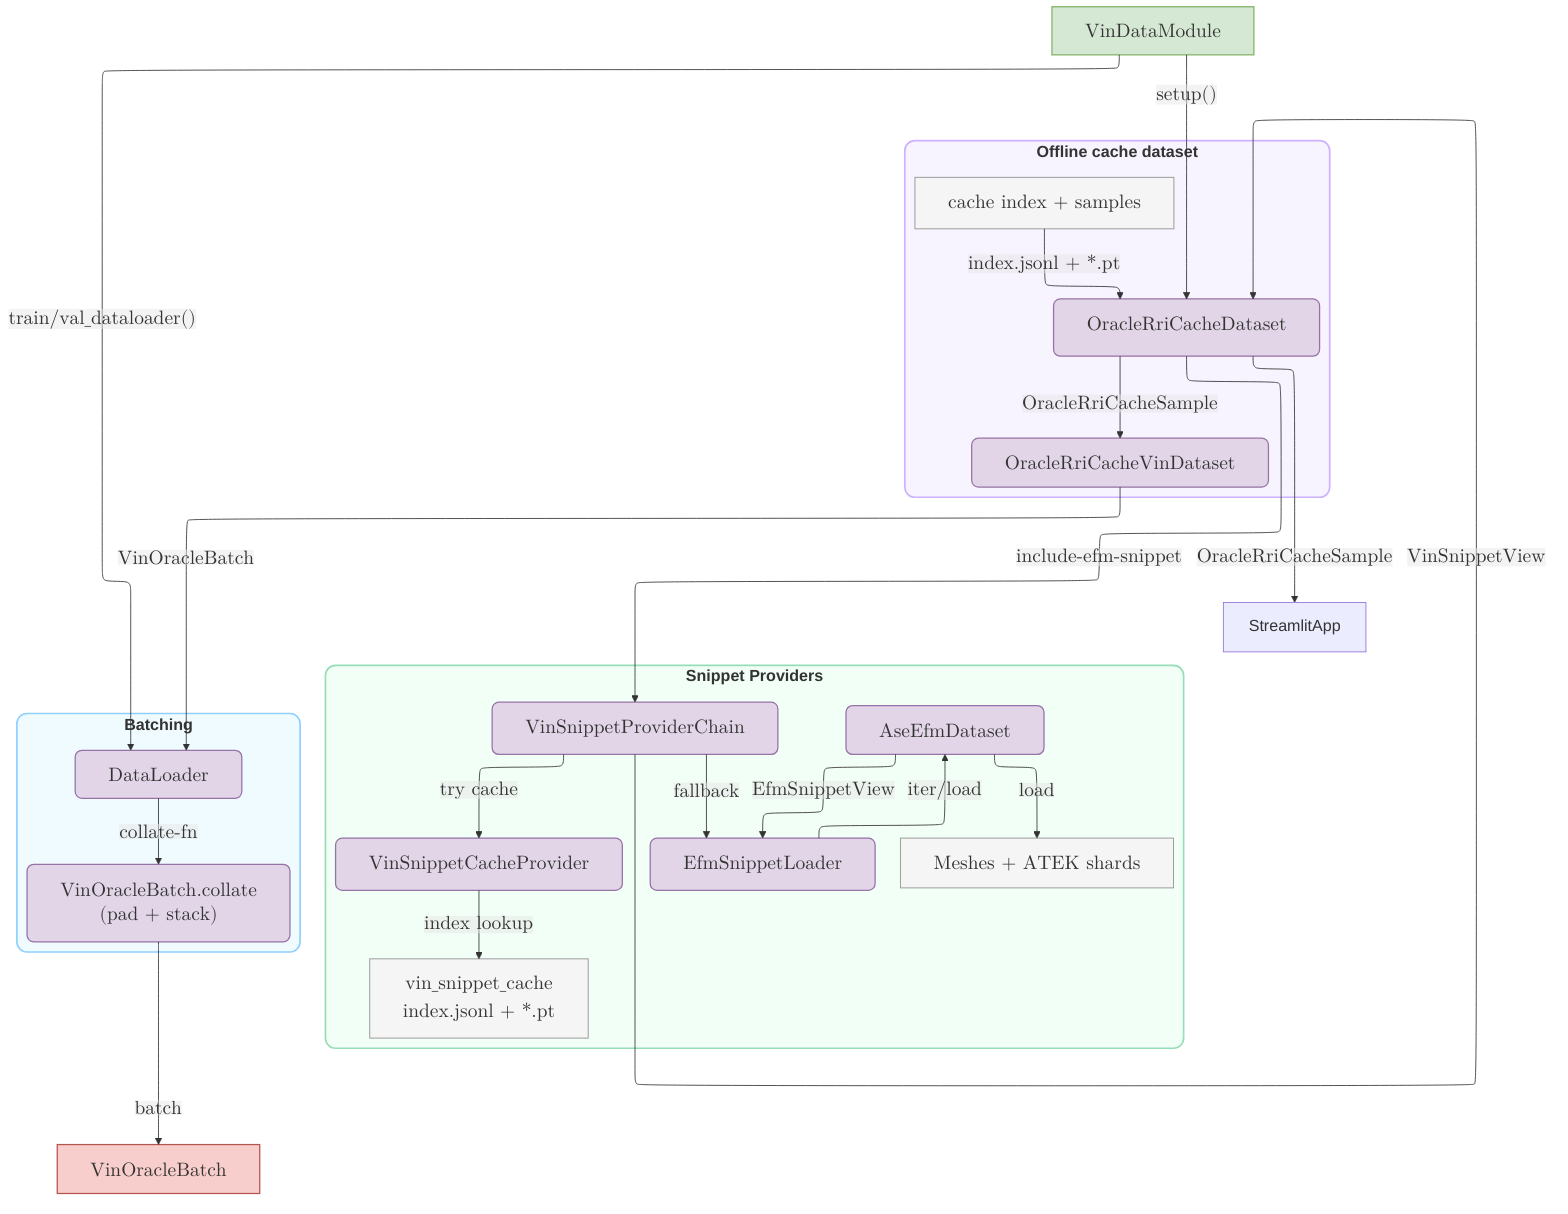
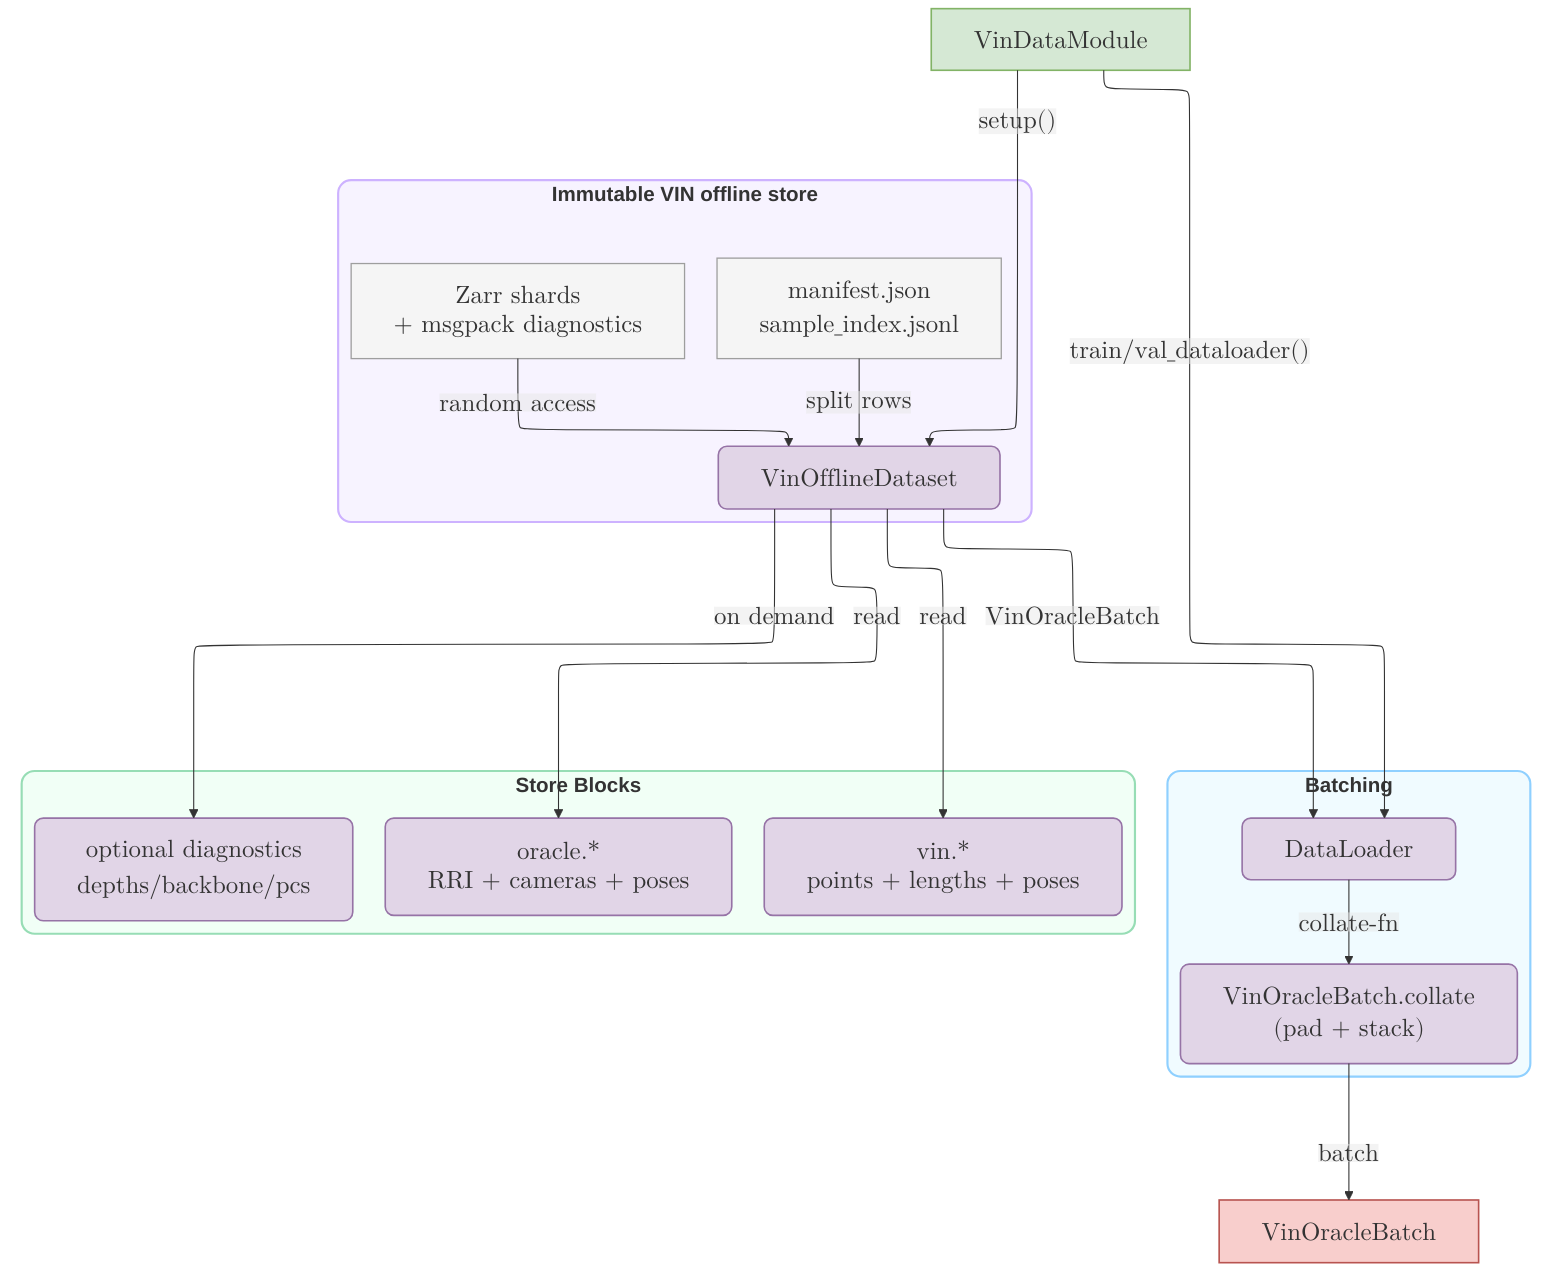
---
config:
  htmlLabels: true
  flowchart:
    htmlLabels: true
    nodeSpacing: 10
    rankSpacing: 10
  layout: elk
  themeVariables:
    fontSize: "18px"
  themeCSS: |
    .nodeLabel { font-size: 19px; }
    .edgeLabel { font-size: 19px; }
    .cluster-label { font-size: 21px; font-weight: 700; }
    .title { font-size: 18px; font-weight: 700; }
---
flowchart TB
  DM["$$\\begin{array}{c}\\texttt{VinDataModule}\\end{array}$$"]
  Out["$$\\begin{array}{c}\\texttt{VinOracleBatch}\\end{array}$$"]

-   subgraph Cache["Offline cache dataset"]
+   subgraph Cache["Immutable VIN offline store"]
    direction TB
-     CacheDs["$$\\begin{array}{c}\\texttt{OracleRriCacheDataset}\\\\\\texttt{}\\end{array}$$"]
-     CacheIdx["$$\\begin{array}{c}\\texttt{cache index + samples}\\end{array}$$"]
-     Decode["$$\\begin{array}{c}\\texttt{OracleRriCacheVinDataset}\\end{array}$$"]
-     %% CacheDs -->|"$$\\texttt{torch.load(.pt)}$$"| Decode
+     Manifest["$$\\begin{array}{c}\\texttt{manifest.json}\\\\\\texttt{sample\\_index.jsonl}\\end{array}$$"]
+     Shards["$$\\begin{array}{c}\\texttt{Zarr shards}\\\\\\texttt{+ msgpack diagnostics}\\end{array}$$"]
+     Dataset["$$\\begin{array}{c}\\texttt{VinOfflineDataset}\\end{array}$$"]
  end

-   %% Bottom row: keep snippet providers next to batching.
+   %% Bottom row: keep immutable reads next to batching.
  subgraph Bottom[" "]
    direction LR
-     subgraph Snip["Snippet Providers"]
+     subgraph Snip["Store Blocks"]
      direction TB
-       Providers["$$\\begin{array}{c}\\texttt{VinSnippetProviderChain}\\end{array}$$"]
-       CacheProv["$$\\begin{array}{c}\\texttt{VinSnippetCacheProvider}\\end{array}$$"]
-       LoaderEfm["$$\\begin{array}{c}\\texttt{EfmSnippetLoader}\\end{array}$$"]
-       Ase["$$\\begin{array}{c}\\texttt{AseEfmDataset}\\end{array}$$"]
-       VinSnipIdx["$$\\begin{array}{c}\\texttt{vin\\_snippet\\_cache}\\\\\\texttt{index.jsonl + *.pt}\\end{array}$$"]
-       AseData["$$\\begin{array}{c}\\texttt{Meshes + ATEK shards}\\end{array}$$"]
+       OracleBlocks["$$\\begin{array}{c}\\texttt{oracle.*}\\\\\\texttt{RRI + cameras + poses}\\end{array}$$"]
+       VinBlocks["$$\\begin{array}{c}\\texttt{vin.*}\\\\\\texttt{points + lengths + poses}\\end{array}$$"]
+       OptionalBlocks["$$\\begin{array}{c}\\texttt{optional diagnostics}\\\\\\texttt{depths/backbone/pcs}\\end{array}$$"]
    end


    subgraph Batch["Batching"]
      direction TB
      Loader["$$\\begin{array}{c}\\texttt{DataLoader}\\end{array}$$"]
      Collate["$$\\begin{array}{c}\\texttt{VinOracleBatch.collate}\\\\\\texttt{(pad + stack)}\\end{array}$$"]
    end
  end

  DM -->|"$$\\texttt{train/val\\_dataloader()}$$"| Loader
-   DM -->|"$$\\texttt{setup()}$$"| CacheDs
-   CacheIdx -->|"$$\\texttt{index.jsonl + *.pt}$$"| CacheDs
+   DM -->|"$$\\texttt{setup()}$$"| Dataset
+   Manifest -->|"$$\\texttt{split rows}$$"| Dataset
+   Shards -->|"$$\\texttt{random access}$$"| Dataset

-   CacheDs -->|"$$\\texttt{OracleRriCacheSample}$$"| Decode
-   CacheDs -->|"$$\\texttt{OracleRriCacheSample}$$"| StreamlitApp
- 
-   CacheDs -->|"$$\\texttt{include-efm-snippet}$$"| Providers
-   Providers -->|"$$\\texttt{try cache}$$"| CacheProv
-   Providers -->|"$$\\texttt{fallback}$$"| LoaderEfm
-   CacheProv -->|"$$\\texttt{index lookup}$$"| VinSnipIdx
-   LoaderEfm -->|"$$\\texttt{iter/load}$$"| Ase
-   Ase -->|"$$\\texttt{load}$$"| AseData
-   Ase -->|"$$\\texttt{EfmSnippetView}$$"| LoaderEfm
-   Providers -->|"$$\\texttt{VinSnippetView}$$"| CacheDs
- 
- 
- 
- 
-   Decode -->|"$$\\texttt{VinOracleBatch}$$"| Loader
+   Dataset -->|"$$\\texttt{read}$$"| OracleBlocks
+   Dataset -->|"$$\\texttt{read}$$"| VinBlocks
+   Dataset -->|"$$\\texttt{on demand}$$"| OptionalBlocks
+   Dataset -->|"$$\\texttt{VinOracleBatch}$$"| Loader
  Loader -->|"$$\\texttt{collate-fn}$$"| Collate
  Collate -->|"$$\\texttt{batch}$$"| Out

  classDef input fill:#D5E8D4,stroke:#82B366,stroke-width:1.5px,rx:0,ry:0;
  classDef output fill:#F8CECC,stroke:#B85450,stroke-width:1.5px,rx:0,ry:0;
  classDef compute fill:#E1D5E7,stroke:#9673A6,stroke-width:1.5px,rx:8,ry:8;
  classDef data fill:#F5F5F5,stroke:#9E9E9E,stroke-width:1.2px,rx:0,ry:0;

  class DM input;
-   class CacheIdx data;
-   class CacheDs,Decode,Providers,CacheProv,LoaderEfm,Ase,Loader,Collate compute;
+   class Manifest,Shards data;
+   class Dataset,OracleBlocks,VinBlocks,OptionalBlocks,Loader,Collate compute;
  class VinSnipIdx,AseData data;
  class Out output;

  %% Optional cluster styling (matches doc-classifier-config.mmd).
  style Cache fill:#f7f3ff,stroke:#cdb2ff,stroke-width:2px,rx:12,ry:12
  style Snip fill:#f1fff6,stroke:#97ddb5,stroke-width:2px,rx:12,ry:12
  style Batch fill:#f0fbff,stroke:#8fd0ff,stroke-width:2px,rx:12,ry:12
  style Bottom fill:transparent,stroke:transparent
